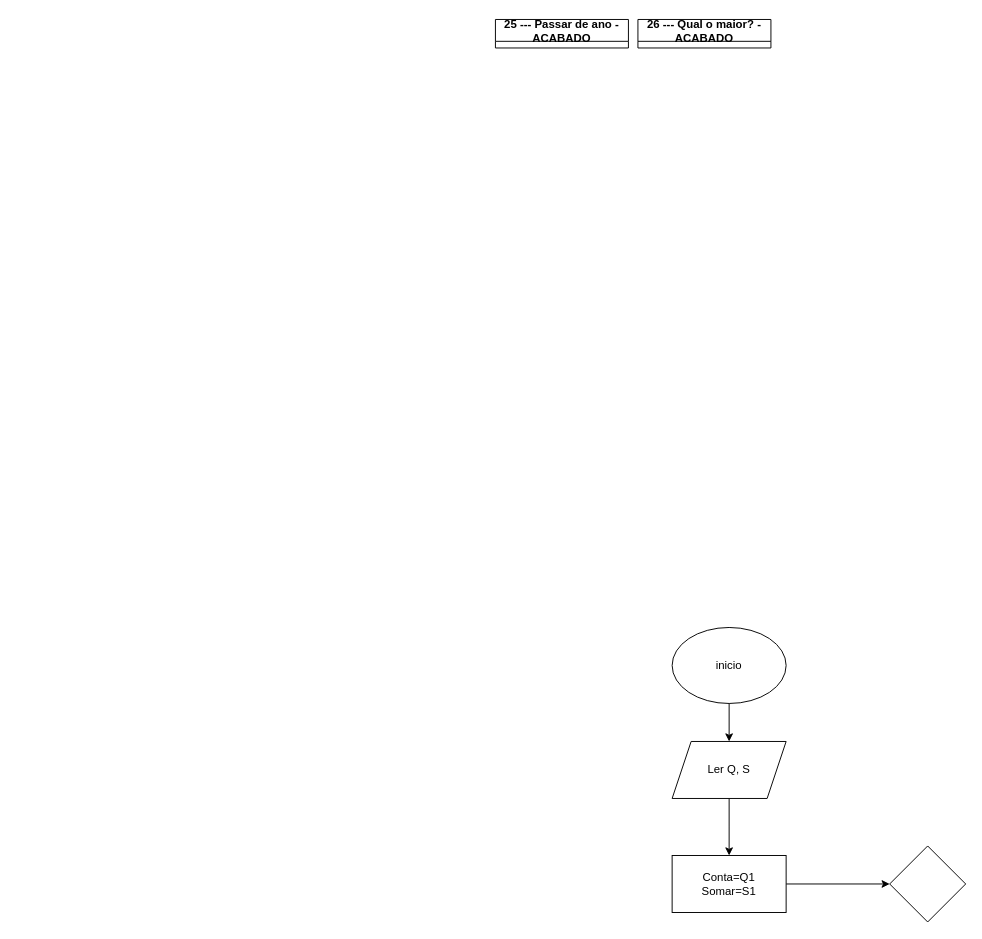
Above: fluxogramas adiantados.drawio in pedrooomrqs/fluxograms (draw.io), before the change. Source tidied: cells renumbered, new cells numbered last; positions are measured from the earlier drawing's top-left corner, leaving out a move shared by most shapes. Both pictures are drawn from the tidied source at 95%, with x=0, y=0 at pixel (495, 19).
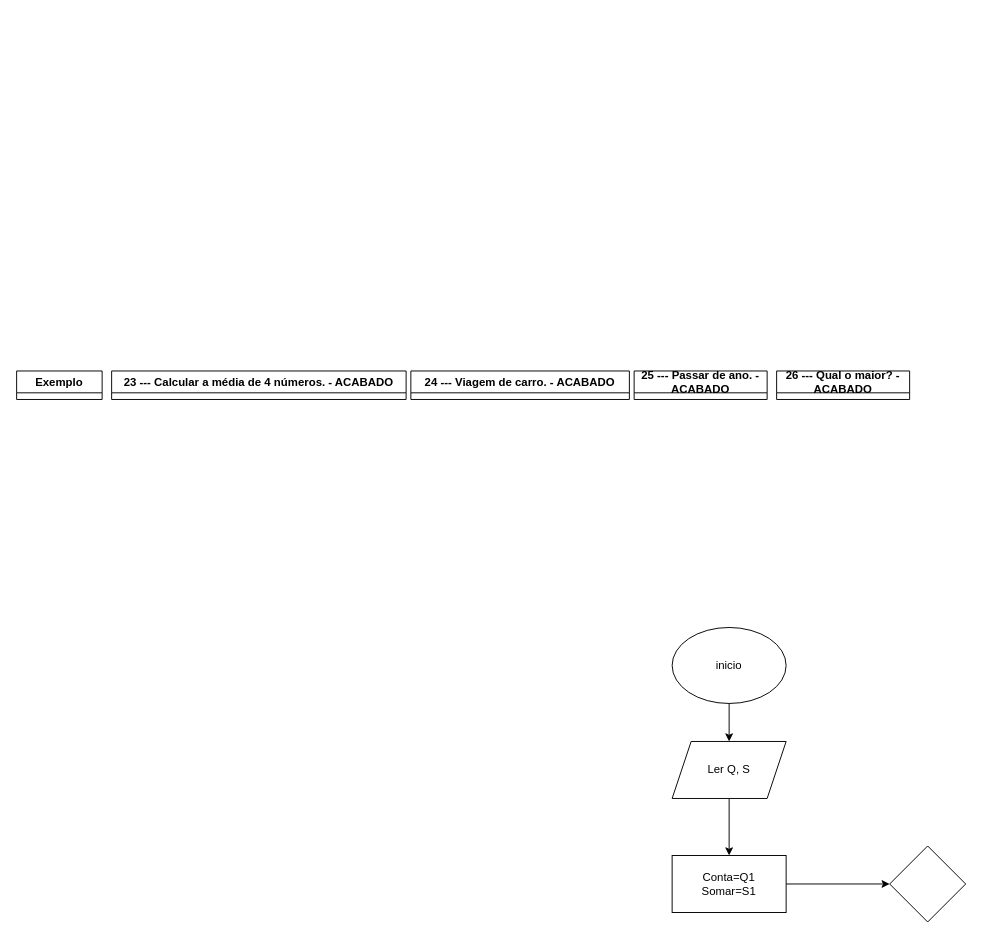
The same page after the edit.

What changed in the source:
```diff
@@
 <mxGraphModel>
   <root>
     <mxCell id="0" />
     <mxCell id="1" parent="0" />
-    <mxCell id="2" value="25 ---&amp;nbsp;&lt;span style=&quot;background-color: initial;&quot;&gt;Passar de ano - ACABADO&lt;/span&gt;" style="swimlane;whiteSpace=wrap;html=1;" parent="1" vertex="1" collapsed="1">
-      <mxGeometry width="140" height="30" as="geometry" />
+    <mxCell id="2" value="25 ---&amp;nbsp;&lt;span style=&quot;background-color: initial;&quot;&gt;Passar de ano. - ACABADO&lt;/span&gt;" style="swimlane;whiteSpace=wrap;html=1;" parent="1" vertex="1" collapsed="1">
+      <mxGeometry x="146" y="370" width="140" height="30" as="geometry" />
     </mxCell>
     <mxCell id="3" style="edgeStyle=orthogonalEdgeStyle;rounded=0;jettySize=auto;html=1;" parent="1" edge="1" source="4" target="6">
       <mxGeometry relative="1" as="geometry" />
     </mxCell>
     <mxCell id="4" value="inicio" style="ellipse;whiteSpace=wrap;html=1;" parent="1" vertex="1">
       <mxGeometry x="186" y="640" width="120" height="80" as="geometry" />
     </mxCell>
     <mxCell id="5" style="edgeStyle=orthogonalEdgeStyle;rounded=0;jettySize=auto;html=1;" parent="1" edge="1" source="6">
       <mxGeometry relative="1" as="geometry">
         <mxPoint x="246" y="880" as="targetPoint" />
       </mxGeometry>
     </mxCell>
     <mxCell id="6" value="Ler Q, S" style="shape=parallelogram;perimeter=parallelogramPerimeter;whiteSpace=wrap;html=1;fixedSize=1;" parent="1" vertex="1">
       <mxGeometry x="186" y="760" width="120" height="60" as="geometry" />
     </mxCell>
     <mxCell id="7" style="edgeStyle=orthogonalEdgeStyle;rounded=0;jettySize=auto;html=1;" parent="1" edge="1" source="8" target="9">
       <mxGeometry relative="1" as="geometry" />
     </mxCell>
     <mxCell id="8" value="Conta=Q1&lt;div&gt;Somar=S1&lt;/div&gt;" style="rounded=0;whiteSpace=wrap;html=1;" parent="1" vertex="1">
       <mxGeometry x="186" y="880" width="120" height="60" as="geometry" />
     </mxCell>
     <mxCell id="9" style="rhombus;whiteSpace=wrap;html=1;" parent="1" vertex="1">
       <mxGeometry x="415" y="870" width="80" height="80" as="geometry" />
     </mxCell>
     <mxCell id="10" value="26 --- Qual o maior? - ACABADO" style="swimlane;whiteSpace=wrap;html=1;" parent="1" vertex="1" collapsed="1">
-      <mxGeometry x="150" width="140" height="30" as="geometry" />
+      <mxGeometry x="296" y="370" width="140" height="30" as="geometry" />
     </mxCell>
+    <mxCell id="11" value="Exemplo" style="swimlane;whiteSpace=wrap;html=1;" parent="1" vertex="1" collapsed="1">
+      <mxGeometry x="-504" y="370" width="90" height="30" as="geometry" />
+    </mxCell>
+    <mxCell id="12" value="23 --- Calcular a média de 4 números.&lt;span style=&quot;background-color: initial;&quot;&gt;&amp;nbsp;- ACABADO&lt;/span&gt;" style="swimlane;whiteSpace=wrap;html=1;startSize=23;" parent="1" vertex="1" collapsed="1">
+      <mxGeometry x="-404" y="370" width="310" height="30" as="geometry" />
+    </mxCell>
+    <mxCell id="13" value="24 --- Viagem de carro. - ACABADO" style="swimlane;whiteSpace=wrap;html=1;startSize=23;" parent="1" vertex="1" collapsed="1">
+      <mxGeometry x="-89" y="370" width="230" height="30" as="geometry" />
+    </mxCell>
   </root>
 </mxGraphModel>
```
